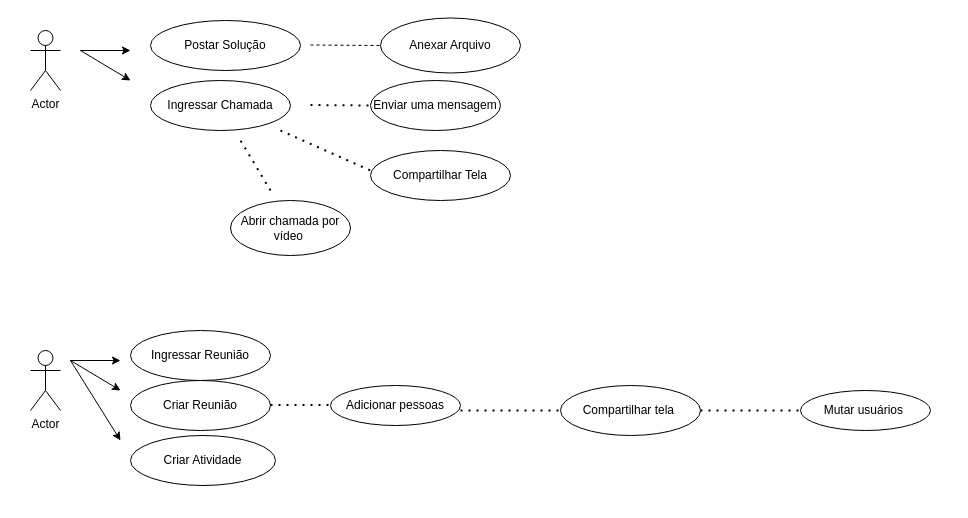
The draw.io diagram Untitled Diagram.drawio in heyanaleal/Bertoti, before the edit. Source tidied: cells renumbered, new cells numbered last; positions are measured from the earlier drawing's top-left corner, leaving out a move shared by most shapes. Both pictures are drawn from the tidied source at 100%, with x=0, y=0 at pixel (30, 18).
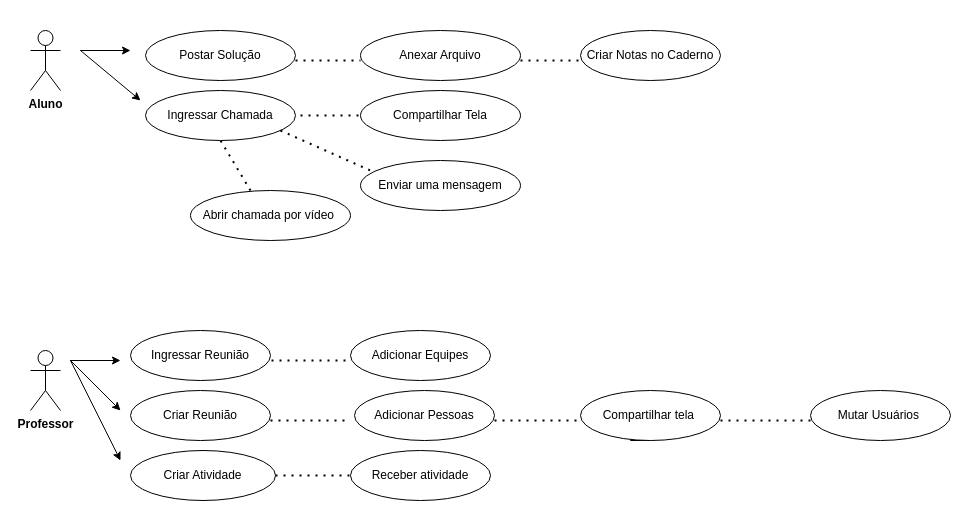
The same diagram, later.

What changed in the source:
```diff
@@
-    <mxCell id="2" value="Actor" style="shape=umlActor;verticalLabelPosition=bottom;verticalAlign=top;html=1;" parent="1" vertex="1">
+    <mxCell id="2" value="&lt;b&gt;Aluno&lt;/b&gt;" style="shape=umlActor;verticalLabelPosition=bottom;verticalAlign=top;html=1;" parent="1" vertex="1">
       <mxGeometry y="12" width="30" height="60" as="geometry" />
     </mxCell>
@@
     <mxCell id="4" value="Postar Solução" style="ellipse;whiteSpace=wrap;html=1;" parent="1" vertex="1">
-      <mxGeometry x="120" y="2" width="150" height="50" as="geometry" />
+      <mxGeometry x="115" y="12" width="150" height="50" as="geometry" />
     </mxCell>
     <mxCell id="5" style="endArrow=classic;html=1;rounded=0;" parent="1" edge="1">
       <mxGeometry relative="1" as="geometry">
         <mxPoint x="60" y="32" as="sourcePoint" />
-        <mxPoint x="100" y="62" as="targetPoint" />
+        <mxPoint x="110" y="82" as="targetPoint" />
         <Array as="points">
           <mxPoint x="50" y="32" />
         </Array>
       </mxGeometry>
     </mxCell>
     <mxCell id="6" value="Ingressar Chamada" style="ellipse;whiteSpace=wrap;html=1;" parent="1" vertex="1">
-      <mxGeometry x="120" y="62" width="140" height="50" as="geometry" />
+      <mxGeometry x="115" y="72" width="150" height="50" as="geometry" />
     </mxCell>
-    <mxCell id="7" style="endArrow=none;dashed=1;html=1;rounded=0;" parent="1" edge="1" target="8">
-      <mxGeometry relative="1" as="geometry">
-        <mxPoint x="280" y="26.5" as="sourcePoint" />
-      </mxGeometry>
-    </mxCell>
     <mxCell id="8" value="Anexar Arquivo" style="ellipse;whiteSpace=wrap;html=1;" parent="1" vertex="1">
-      <mxGeometry x="350" y="-0.5" width="140" height="55" as="geometry" />
+      <mxGeometry x="330" y="12" width="160" height="50" as="geometry" />
     </mxCell>
-    <mxCell id="9" style="endArrow=none;dashed=1;html=1;dashPattern=1 3;strokeWidth=2;rounded=0;" parent="1" edge="1" target="10">
-      <mxGeometry relative="1" as="geometry">
-        <mxPoint x="280" y="86.5" as="sourcePoint" />
-      </mxGeometry>
-    </mxCell>
     <mxCell id="10" value="Enviar uma mensagem" style="ellipse;whiteSpace=wrap;html=1;" parent="1" vertex="1">
-      <mxGeometry x="340" y="62" width="130" height="50" as="geometry" />
+      <mxGeometry x="330" y="142" width="160" height="50" as="geometry" />
     </mxCell>
     <mxCell id="11" value="Abrir chamada por vídeo&amp;nbsp;" style="ellipse;whiteSpace=wrap;html=1;" parent="1" vertex="1">
-      <mxGeometry x="200" y="182" width="120" height="55" as="geometry" />
+      <mxGeometry x="160" y="172" width="160" height="50" as="geometry" />
     </mxCell>
@@
-    <mxCell id="13" value="Compartilhar Tela" style="ellipse;whiteSpace=wrap;html=1;" parent="1" vertex="1">
-      <mxGeometry x="340" y="132" width="140" height="50" as="geometry" />
-    </mxCell>
-    <mxCell id="14" value="Actor" style="shape=umlActor;verticalLabelPosition=bottom;verticalAlign=top;html=1;" parent="1" vertex="1">
+    <mxCell id="14" value="&lt;b&gt;Professor&lt;/b&gt;" style="shape=umlActor;verticalLabelPosition=bottom;verticalAlign=top;html=1;" parent="1" vertex="1">
       <mxGeometry y="332" width="30" height="60" as="geometry" />
     </mxCell>
@@
     <mxCell id="17" style="endArrow=classic;html=1;rounded=0;" parent="1" edge="1">
       <mxGeometry relative="1" as="geometry">
         <mxPoint x="50" y="342" as="sourcePoint" />
-        <mxPoint x="90" y="372" as="targetPoint" />
+        <mxPoint x="90" y="392" as="targetPoint" />
         <Array as="points">
           <mxPoint x="40" y="342" />
         </Array>
       </mxGeometry>
     </mxCell>
     <mxCell id="18" value="Criar Reunião" style="ellipse;whiteSpace=wrap;html=1;" parent="1" vertex="1">
-      <mxGeometry x="100" y="362" width="140" height="50" as="geometry" />
+      <mxGeometry x="100" y="372" width="140" height="50" as="geometry" />
     </mxCell>
     <mxCell id="19" value="Criar Atividade" style="ellipse;whiteSpace=wrap;html=1;" parent="1" vertex="1">
-      <mxGeometry x="100" y="417" width="145" height="50" as="geometry" />
+      <mxGeometry x="100" y="432" width="145" height="50" as="geometry" />
     </mxCell>
+    <mxCell id="24" style="endArrow=none;dashed=1;html=1;dashPattern=1 3;strokeWidth=2;rounded=0;" parent="1" edge="1">
+      <mxGeometry relative="1" as="geometry">
+        <mxPoint x="220" y="172" as="sourcePoint" />
+        <mxPoint x="190" y="122" as="targetPoint" />
+      </mxGeometry>
+    </mxCell>
+    <mxCell id="27" style="endArrow=classic;html=1;rounded=0;" parent="1" edge="1">
+      <mxGeometry relative="1" as="geometry">
+        <mxPoint x="40" y="342" as="sourcePoint" />
+        <mxPoint x="90" y="442" as="targetPoint" />
+      </mxGeometry>
+    </mxCell>
+    <mxCell id="28" style="endArrow=none;dashed=1;html=1;dashPattern=1 3;strokeWidth=2;rounded=0;entryX=0;entryY=0.5;entryDx=0;entryDy=0;" parent="1" edge="1" target="13">
+      <mxGeometry relative="1" as="geometry">
+        <mxPoint x="270" y="97" as="sourcePoint" />
+      </mxGeometry>
+    </mxCell>
+    <mxCell id="13" value="Compartilhar Tela" style="ellipse;whiteSpace=wrap;html=1;" parent="1" vertex="1">
+      <mxGeometry x="330" y="72" width="160" height="50" as="geometry" />
+    </mxCell>
+    <mxCell id="29" style="endArrow=none;dashed=1;html=1;dashPattern=1 3;strokeWidth=2;rounded=0;" parent="1" edge="1">
+      <mxGeometry relative="1" as="geometry">
+        <mxPoint x="265" y="42" as="sourcePoint" />
+        <mxPoint x="330" y="42" as="targetPoint" />
+      </mxGeometry>
+    </mxCell>
+    <mxCell id="30" style="endArrow=none;dashed=1;html=1;dashPattern=1 3;strokeWidth=2;rounded=0;" parent="1" edge="1">
+      <mxGeometry relative="1" as="geometry">
+        <mxPoint x="245" y="457" as="sourcePoint" />
+        <mxPoint x="320" y="457" as="targetPoint" />
+      </mxGeometry>
+    </mxCell>
+    <mxCell id="31" value="Receber atividade" style="ellipse;whiteSpace=wrap;html=1;" parent="1" vertex="1">
+      <mxGeometry x="320" y="432" width="140" height="50" as="geometry" />
+    </mxCell>
+    <mxCell id="32" value="Adicionar Pessoas" style="ellipse;whiteSpace=wrap;html=1;" parent="1" vertex="1">
+      <mxGeometry x="324" y="372" width="140" height="50" as="geometry" />
+    </mxCell>
+    <mxCell id="33" style="edgeStyle=orthogonalEdgeStyle;rounded=0;jettySize=auto;html=1;exitX=0.5;exitY=1;exitDx=0;exitDy=0;" parent="1" edge="1" source="20">
+      <mxGeometry relative="1" as="geometry">
+        <mxPoint x="600" y="402" as="targetPoint" />
+      </mxGeometry>
+    </mxCell>
     <mxCell id="20" value="Compartilhar tela&amp;nbsp;" style="ellipse;whiteSpace=wrap;html=1;" parent="1" vertex="1">
-      <mxGeometry x="530" y="367" width="140" height="50" as="geometry" />
+      <mxGeometry x="550" y="372" width="140" height="50" as="geometry" />
     </mxCell>
-    <mxCell id="21" style="endArrow=none;dashed=1;html=1;dashPattern=1 3;strokeWidth=2;rounded=0;" parent="1" edge="1">
-      <mxGeometry relative="1" as="geometry">
-        <mxPoint x="240" y="386.5" as="sourcePoint" />
-        <mxPoint x="310" y="386.5" as="targetPoint" />
-      </mxGeometry>
-    </mxCell>
-    <mxCell id="22" value="Mutar usuários&amp;nbsp;" style="ellipse;whiteSpace=wrap;html=1;" parent="1" vertex="1">
-      <mxGeometry x="770" y="372" width="130" height="40" as="geometry" />
-    </mxCell>
-    <mxCell id="23" value="Adicionar pessoas" style="ellipse;whiteSpace=wrap;html=1;" parent="1" vertex="1">
-      <mxGeometry x="300" y="367" width="130" height="40" as="geometry" />
-    </mxCell>
-    <mxCell id="24" style="endArrow=none;dashed=1;html=1;dashPattern=1 3;strokeWidth=2;rounded=0;" parent="1" edge="1">
-      <mxGeometry relative="1" as="geometry">
-        <mxPoint x="240" y="172" as="sourcePoint" />
-        <mxPoint x="210" y="122" as="targetPoint" />
-      </mxGeometry>
-    </mxCell>
-    <mxCell id="25" style="endArrow=none;dashed=1;html=1;dashPattern=1 3;strokeWidth=2;rounded=0;entryX=0;entryY=0.5;entryDx=0;entryDy=0;exitX=1;exitY=0.625;exitDx=0;exitDy=0;exitPerimeter=0;" parent="1" edge="1" source="23" target="20">
-      <mxGeometry relative="1" as="geometry" />
-    </mxCell>
-    <mxCell id="26" style="endArrow=none;dashed=1;html=1;dashPattern=1 3;strokeWidth=2;rounded=0;" parent="1" edge="1">
-      <mxGeometry relative="1" as="geometry">
-        <mxPoint x="670" y="392" as="sourcePoint" />
-        <mxPoint x="770" y="392" as="targetPoint" />
-      </mxGeometry>
-    </mxCell>
-    <mxCell id="27" style="endArrow=classic;html=1;rounded=0;" parent="1" edge="1">
-      <mxGeometry relative="1" as="geometry">
-        <mxPoint x="40" y="342" as="sourcePoint" />
-        <mxPoint x="90" y="422" as="targetPoint" />
-      </mxGeometry>
-    </mxCell>
+    <mxCell id="34" value="Mutar Usuários&amp;nbsp;" style="ellipse;whiteSpace=wrap;html=1;" parent="1" vertex="1">
+      <mxGeometry x="780" y="372" width="140" height="50" as="geometry" />
+    </mxCell>
+    <mxCell id="35" style="endArrow=none;dashed=1;html=1;dashPattern=1 3;strokeWidth=2;rounded=0;" parent="1" edge="1">
+      <mxGeometry relative="1" as="geometry">
+        <mxPoint x="240" y="402" as="sourcePoint" />
+        <mxPoint x="320" y="402" as="targetPoint" />
+      </mxGeometry>
+    </mxCell>
+    <mxCell id="36" style="endArrow=none;dashed=1;html=1;dashPattern=1 3;strokeWidth=2;rounded=0;" parent="1" edge="1">
+      <mxGeometry relative="1" as="geometry">
+        <mxPoint x="464" y="402" as="sourcePoint" />
+        <mxPoint x="550" y="402" as="targetPoint" />
+      </mxGeometry>
+    </mxCell>
+    <mxCell id="37" style="endArrow=none;dashed=1;html=1;dashPattern=1 3;strokeWidth=2;rounded=0;" parent="1" edge="1">
+      <mxGeometry relative="1" as="geometry">
+        <mxPoint x="690" y="402" as="sourcePoint" />
+        <mxPoint x="780" y="402" as="targetPoint" />
+      </mxGeometry>
+    </mxCell>
+    <mxCell id="38" style="endArrow=none;dashed=1;html=1;dashPattern=1 3;strokeWidth=2;rounded=0;" parent="1" edge="1">
+      <mxGeometry relative="1" as="geometry">
+        <mxPoint x="490" y="42" as="sourcePoint" />
+        <mxPoint x="550" y="42" as="targetPoint" />
+      </mxGeometry>
+    </mxCell>
+    <mxCell id="39" value="Criar Notas no Caderno" style="ellipse;whiteSpace=wrap;html=1;" parent="1" vertex="1">
+      <mxGeometry x="550" y="12" width="140" height="50" as="geometry" />
+    </mxCell>
+    <mxCell id="40" style="endArrow=none;dashed=1;html=1;dashPattern=1 3;strokeWidth=2;rounded=0;" parent="1" edge="1">
+      <mxGeometry relative="1" as="geometry">
+        <mxPoint x="315" y="342" as="sourcePoint" />
+        <mxPoint x="240" y="342" as="targetPoint" />
+      </mxGeometry>
+    </mxCell>
+    <mxCell id="41" value="Adicionar Equipes" style="ellipse;whiteSpace=wrap;html=1;" parent="1" vertex="1">
+      <mxGeometry x="320" y="312" width="140" height="50" as="geometry" />
+    </mxCell>
```
